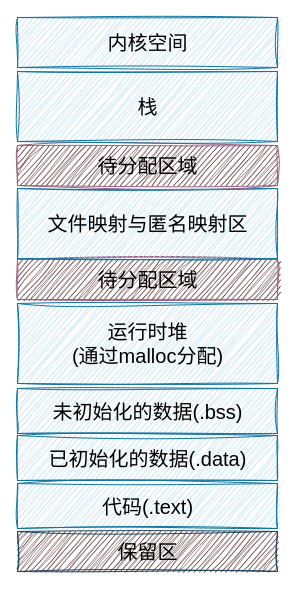
This is mmap.drawio from zhangdongxuan/asset, a draw.io file, before an edit. Source tidied: cells renumbered, new cells numbered last; positions are measured from the earlier drawing's top-left corner, leaving out a move shared by most shapes. Both pictures are drawn from the tidied source at 100%, with x=0, y=0 at pixel (17, 17).
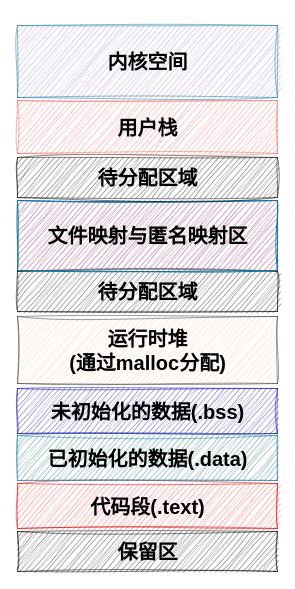
The same page after the edit.

Diff of the diagram source:
```diff
@@
 <mxGraphModel>
   <root>
     <mxCell id="0" />
     <mxCell id="1" parent="0" />
-    <mxCell id="2" value="代码(.text)" style="verticalLabelPosition=middle;verticalAlign=middle;html=1;shape=mxgraph.basic.patternFillRect;fillStyle=diag;step=5;fillStrokeWidth=0.2;fillStrokeColor=#dddddd;sketch=1;hachureGap=4;jiggle=2;curveFitting=1;fontFamily=手札体-简;fontSize=20;labelPosition=center;align=center;fillColor=#b1ddf0;strokeColor=#10739e;" parent="1" vertex="1">
+    <mxCell id="2" value="&lt;span&gt;代码段(.text)&lt;/span&gt;" style="verticalLabelPosition=middle;verticalAlign=middle;html=1;shape=mxgraph.basic.patternFillRect;fillStyle=diag;step=5;fillStrokeWidth=0.2;fillStrokeColor=#dddddd;sketch=1;hachureGap=4;jiggle=2;curveFitting=1;fontFamily=手札体-简;fontSize=20;labelPosition=center;align=center;fillColor=#FF3333;strokeColor=#CC0000;gradientColor=none;strokeWidth=0.5;perimeterSpacing=0;labelBorderColor=none;labelBackgroundColor=none;shadow=0;fontStyle=1;" parent="1" vertex="1">
       <mxGeometry y="466" width="260" height="45" as="geometry" />
     </mxCell>
-    <mxCell id="3" value="保留区" style="verticalLabelPosition=middle;verticalAlign=middle;html=1;shape=mxgraph.basic.patternFillRect;fillStyle=diag;step=5;fillStrokeWidth=0.2;fillStrokeColor=#dddddd;sketch=1;hachureGap=4;jiggle=2;curveFitting=1;fontFamily=手札体-简;fontSize=20;labelPosition=center;align=center;fillColor=#330000;strokeColor=#23445d;" parent="1" vertex="1">
+    <mxCell id="3" value="&lt;span&gt;保留区&lt;/span&gt;" style="verticalLabelPosition=middle;verticalAlign=middle;html=1;shape=mxgraph.basic.patternFillRect;fillStyle=diag;step=5;fillStrokeWidth=0.2;fillStrokeColor=#dddddd;sketch=1;hachureGap=4;jiggle=2;curveFitting=1;fontFamily=手札体-简;fontSize=20;labelPosition=center;align=center;fillColor=#000000;strokeColor=#000000;strokeWidth=0.5;labelBorderColor=none;fontStyle=1;" parent="1" vertex="1">
       <mxGeometry y="514" width="260" height="40" as="geometry" />
     </mxCell>
-    <mxCell id="4" value="已初始化的数据(.data)" style="verticalLabelPosition=middle;verticalAlign=middle;html=1;shape=mxgraph.basic.patternFillRect;fillStyle=diag;step=5;fillStrokeWidth=0.2;fillStrokeColor=#dddddd;sketch=1;hachureGap=4;jiggle=2;curveFitting=1;fontFamily=手札体-简;fontSize=20;labelPosition=center;align=center;fillColor=#b1ddf0;strokeColor=#10739e;" parent="1" vertex="1">
+    <mxCell id="4" value="已初始化的数据(.data)" style="verticalLabelPosition=middle;verticalAlign=middle;html=1;shape=mxgraph.basic.patternFillRect;fillStyle=diag;step=5;fillStrokeWidth=0.2;fillStrokeColor=#dddddd;sketch=1;hachureGap=4;jiggle=2;curveFitting=1;fontFamily=手札体-简;fontSize=20;labelPosition=center;align=center;fillColor=#006666;strokeColor=#10739e;strokeWidth=0.5;labelBorderColor=none;fontStyle=1;" parent="1" vertex="1">
       <mxGeometry y="418" width="260" height="45" as="geometry" />
     </mxCell>
-    <mxCell id="5" value="未初始化的数据(.bss)" style="verticalLabelPosition=middle;verticalAlign=middle;html=1;shape=mxgraph.basic.patternFillRect;fillStyle=diag;step=5;fillStrokeWidth=0.2;fillStrokeColor=#dddddd;sketch=1;hachureGap=4;jiggle=2;curveFitting=1;fontFamily=手札体-简;fontSize=20;labelPosition=center;align=center;fillColor=#b1ddf0;strokeColor=#10739e;" parent="1" vertex="1">
+    <mxCell id="5" value="未初始化的数据(.bss)" style="verticalLabelPosition=middle;verticalAlign=middle;html=1;shape=mxgraph.basic.patternFillRect;fillStyle=diag;step=5;fillStrokeWidth=0.2;fillStrokeColor=#dddddd;sketch=1;hachureGap=4;jiggle=2;curveFitting=1;fontFamily=手札体-简;fontSize=20;labelPosition=center;align=center;fillColor=#000099;strokeColor=#000099;strokeWidth=0.5;shadow=0;labelBorderColor=none;fontStyle=1;" parent="1" vertex="1">
       <mxGeometry y="371" width="260" height="45" as="geometry" />
     </mxCell>
-    <mxCell id="6" value="运行时堆&lt;br&gt;(通过malloc分配)" style="verticalLabelPosition=middle;verticalAlign=middle;html=1;shape=mxgraph.basic.patternFillRect;fillStyle=diag;step=5;fillStrokeWidth=0.2;fillStrokeColor=#dddddd;sketch=1;hachureGap=4;jiggle=2;curveFitting=1;fontFamily=手札体-简;fontSize=20;labelPosition=center;align=center;fillColor=#b1ddf0;strokeColor=#10739e;" parent="1" vertex="1">
-      <mxGeometry y="286" width="260" height="80" as="geometry" />
+    <mxCell id="6" value="运行时堆&lt;br&gt;(通过malloc分配)" style="verticalLabelPosition=middle;verticalAlign=middle;html=1;shape=mxgraph.basic.patternFillRect;fillStyle=diag;step=5;fillStrokeWidth=0.2;fillStrokeColor=#dddddd;sketch=1;hachureGap=4;jiggle=2;curveFitting=1;fontFamily=手札体-简;fontSize=20;labelPosition=center;align=center;fillColor=#ffcc99;strokeColor=#36393d;labelBorderColor=none;fontStyle=1;strokeWidth=0.5;" parent="1" vertex="1">
+      <mxGeometry y="299" width="260" height="67" as="geometry" />
     </mxCell>
-    <mxCell id="7" value="待分配区域" style="verticalLabelPosition=middle;verticalAlign=middle;html=1;shape=mxgraph.basic.patternFillRect;fillStyle=diag;step=5;fillStrokeWidth=0.2;fillStrokeColor=#dddddd;sketch=1;hachureGap=4;jiggle=2;curveFitting=1;fontFamily=手札体-简;fontSize=20;labelPosition=center;align=center;fillColor=#330000;strokeColor=#996185;gradientColor=#d5739d;" parent="1" vertex="1">
-      <mxGeometry y="242" width="260" height="40" as="geometry" />
+    <mxCell id="7" value="待分配区域" style="verticalLabelPosition=middle;verticalAlign=middle;html=1;shape=mxgraph.basic.patternFillRect;fillStyle=diag;step=5;fillStrokeWidth=0.2;fillStrokeColor=#dddddd;sketch=1;hachureGap=4;jiggle=2;curveFitting=1;fontFamily=手札体-简;fontSize=20;labelPosition=center;align=center;fillColor=#000000;strokeColor=#000000;gradientColor=none;labelBorderColor=none;fontStyle=1;strokeWidth=0.5;" parent="1" vertex="1">
+      <mxGeometry y="254" width="260" height="40" as="geometry" />
     </mxCell>
-    <mxCell id="8" value="文件映射与匿名映射区" style="verticalLabelPosition=middle;verticalAlign=middle;html=1;shape=mxgraph.basic.patternFillRect;fillStyle=diag;step=5;fillStrokeWidth=0.2;fillStrokeColor=#dddddd;sketch=1;hachureGap=4;jiggle=2;curveFitting=1;fontFamily=手札体-简;fontSize=20;labelPosition=center;align=center;fillColor=#b1ddf0;strokeColor=#10739e;" parent="1" vertex="1">
-      <mxGeometry y="171" width="260" height="70" as="geometry" />
+    <mxCell id="8" value="文件映射与匿名映射区" style="verticalLabelPosition=middle;verticalAlign=middle;html=1;shape=mxgraph.basic.patternFillRect;fillStyle=diag;step=5;fillStrokeWidth=0.2;fillStrokeColor=#dddddd;sketch=1;hachureGap=4;jiggle=2;curveFitting=1;fontFamily=手札体-简;fontSize=20;labelPosition=center;align=center;fillColor=#B5739D;strokeColor=#10739e;labelBorderColor=none;fontStyle=1;strokeWidth=1;" parent="1" vertex="1">
+      <mxGeometry y="183" width="260" height="70" as="geometry" />
     </mxCell>
-    <mxCell id="9" value="待分配区域" style="verticalLabelPosition=middle;verticalAlign=middle;html=1;shape=mxgraph.basic.patternFillRect;fillStyle=diag;step=5;fillStrokeWidth=0.2;fillStrokeColor=#dddddd;sketch=1;hachureGap=4;jiggle=2;curveFitting=1;fontFamily=手札体-简;fontSize=20;labelPosition=center;align=center;fillColor=#330000;strokeColor=#996185;gradientColor=#d5739d;" parent="1" vertex="1">
-      <mxGeometry y="128" width="260" height="40" as="geometry" />
+    <mxCell id="9" value="待分配区域" style="verticalLabelPosition=middle;verticalAlign=middle;html=1;shape=mxgraph.basic.patternFillRect;fillStyle=diag;step=5;fillStrokeWidth=0.2;fillStrokeColor=#dddddd;sketch=1;hachureGap=4;jiggle=2;curveFitting=1;fontFamily=手札体-简;fontSize=20;labelPosition=center;align=center;fillColor=#000000;strokeColor=#000000;gradientColor=none;labelBorderColor=none;fontStyle=1;strokeWidth=0.5;" parent="1" vertex="1">
+      <mxGeometry y="140" width="260" height="40" as="geometry" />
     </mxCell>
-    <mxCell id="10" value="栈" style="verticalLabelPosition=middle;verticalAlign=middle;html=1;shape=mxgraph.basic.patternFillRect;fillStyle=diag;step=5;fillStrokeWidth=0.2;fillStrokeColor=#dddddd;sketch=1;hachureGap=4;jiggle=2;curveFitting=1;fontFamily=手札体-简;fontSize=20;labelPosition=center;align=center;fillColor=#b1ddf0;strokeColor=#10739e;" parent="1" vertex="1">
-      <mxGeometry y="54" width="260" height="70" as="geometry" />
+    <mxCell id="10" value="用户栈" style="verticalLabelPosition=middle;verticalAlign=middle;html=1;shape=mxgraph.basic.patternFillRect;fillStyle=diag;step=5;fillStrokeWidth=0.2;fillStrokeColor=#dddddd;sketch=1;hachureGap=4;jiggle=2;curveFitting=1;fontFamily=手札体-简;fontSize=20;labelPosition=center;align=center;fillColor=#EA6B66;strokeColor=#EA6B66;labelBorderColor=none;fontStyle=1;strokeWidth=0.5;" parent="1" vertex="1">
+      <mxGeometry y="83" width="260" height="53" as="geometry" />
     </mxCell>
-    <mxCell id="11" value="内核空间" style="verticalLabelPosition=middle;verticalAlign=middle;html=1;shape=mxgraph.basic.patternFillRect;fillStyle=diag;step=5;fillStrokeWidth=0.2;fillStrokeColor=#dddddd;sketch=1;hachureGap=4;jiggle=2;curveFitting=1;fontFamily=手札体-简;fontSize=20;labelPosition=center;align=center;fillColor=#b1ddf0;strokeColor=#10739e;" parent="1" vertex="1">
-      <mxGeometry width="260" height="50" as="geometry" />
+    <mxCell id="11" value="内核空间" style="verticalLabelPosition=middle;verticalAlign=middle;html=1;shape=mxgraph.basic.patternFillRect;fillStyle=diag;step=5;fillStrokeWidth=0.2;fillStrokeColor=#dddddd;sketch=1;hachureGap=4;jiggle=2;curveFitting=1;fontFamily=手札体-简;fontSize=20;labelPosition=center;align=center;fillColor=#A680B8;strokeColor=#10739e;labelBorderColor=none;fontStyle=1;strokeWidth=0.5;" parent="1" vertex="1">
+      <mxGeometry y="8" width="260" height="72" as="geometry" />
     </mxCell>
   </root>
 </mxGraphModel>
```
